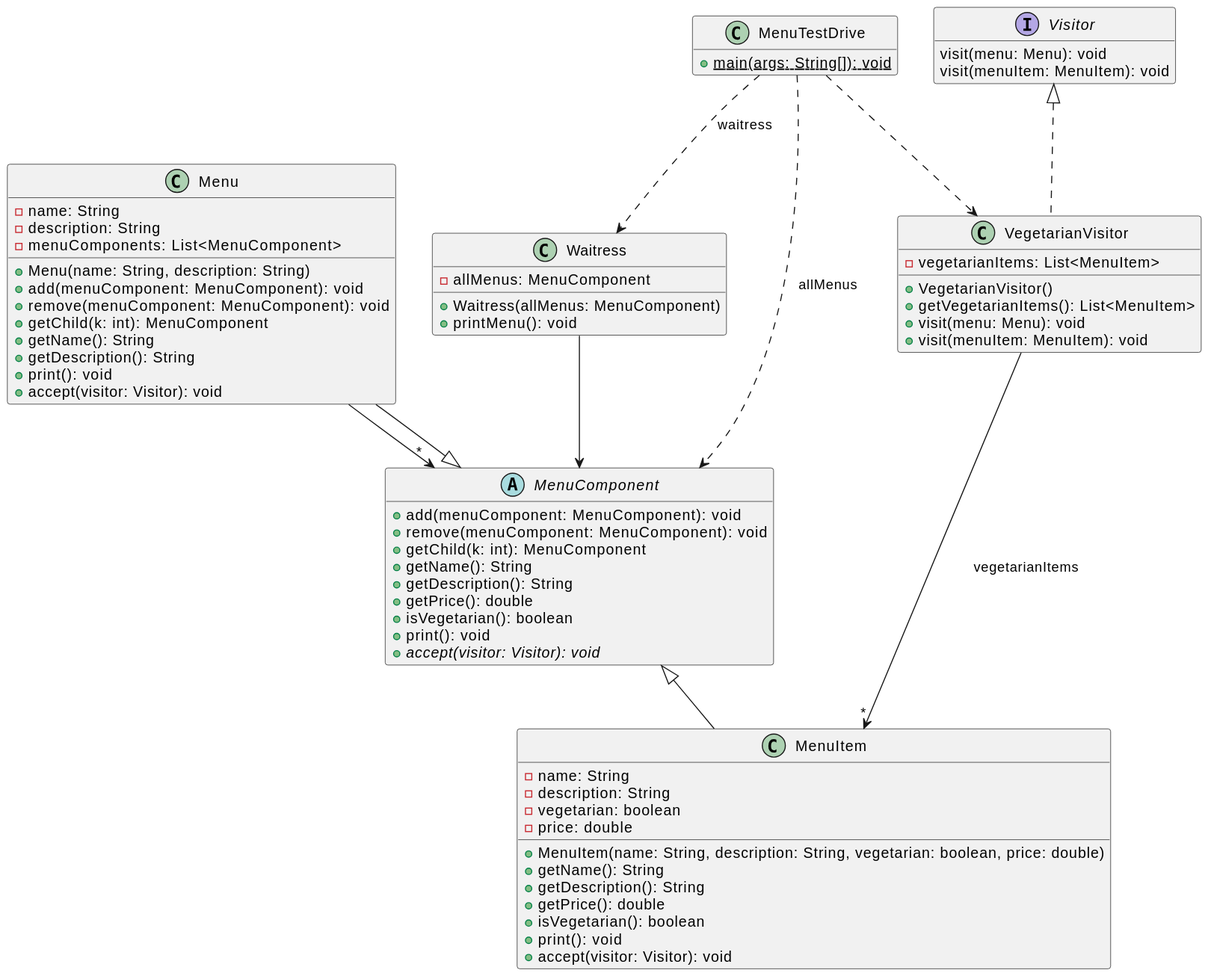
Before: out/CompositeWithVisitor/CompositeWithVisitor.svg, a diagram exported from PlantUML (rhit-csse374/BuffaloTemplateTest). Its diagram source:
```plantuml
@startuml
hide empty members

class Menu  {
	-name: String
	-description: String
	-menuComponents: List<MenuComponent>

	+Menu(name: String, description: String)
	+add(menuComponent: MenuComponent): void
	+remove(menuComponent: MenuComponent): void
	+getChild(k: int): MenuComponent
	+getName(): String
	+getDescription(): String
	+print(): void
	+accept(visitor: Visitor): void
}

class MenuItem  {
	-name: String
	-description: String
	-vegetarian: boolean
	-price: double
	+MenuItem(name: String, description: String, vegetarian: boolean, price: double)
	+getName(): String
	+getDescription(): String
	+getPrice(): double
	+isVegetarian(): boolean
	+print(): void
	+accept(visitor: Visitor): void
}

class Waitress  {
	-allMenus: MenuComponent

	+Waitress(allMenus: MenuComponent)
	+printMenu(): void
}

abstract class MenuComponent  {
	+add(menuComponent: MenuComponent): void
	+remove(menuComponent: MenuComponent): void
	+getChild(k: int): MenuComponent
	+getName(): String
	+getDescription(): String
	+getPrice(): double
	+isVegetarian(): boolean
	+print(): void
	+{abstract} accept(visitor: Visitor): void
}
class MenuTestDrive {
	+{static} main(args: String[]): void
}
class VegetarianVisitor {
	-vegetarianItems: List<MenuItem>

	+VegetarianVisitor()
	+getVegetarianItems(): List<MenuItem>
	+visit(menu: Menu): void
	+visit(menuItem: MenuItem): void
}

interface Visitor  {
	visit(menu: Menu): void
	visit(menuItem: MenuItem): void
}

Menu --> "*" MenuComponent
MenuComponent <|-- Menu
MenuComponent <|-- MenuItem
Waitress --> MenuComponent
VegetarianVisitor --> "*" MenuItem : vegetarianItems
Visitor <|.. VegetarianVisitor

MenuTestDrive ..> MenuComponent : allMenus
MenuTestDrive ..> Waitress : waitress
MenuTestDrive ..> VegetarianVisitor
@enduml
```
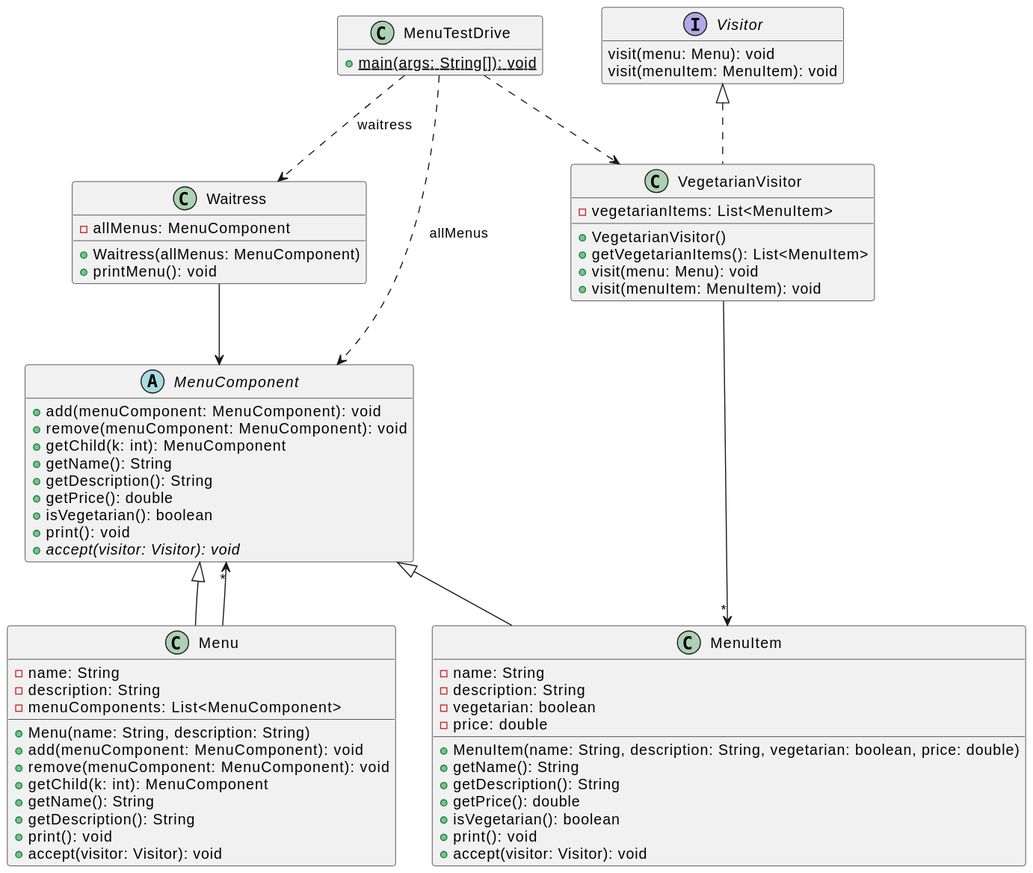
After the change.

Diff of the diagram source:
```diff
@@ -1,5 +1,9 @@
 @startuml
 hide empty members
+
+class MenuTestDrive {
+	+{static} main(args: String[]): void
+}
 
 class Menu  {
 	-name: String
@@ -48,9 +52,7 @@
 	+print(): void
 	+{abstract} accept(visitor: Visitor): void
 }
-class MenuTestDrive {
-	+{static} main(args: String[]): void
-}
+
 class VegetarianVisitor {
 	-vegetarianItems: List<MenuItem>
 
@@ -69,7 +71,7 @@
 MenuComponent <|-- Menu
 MenuComponent <|-- MenuItem
 Waitress --> MenuComponent
-VegetarianVisitor --> "*" MenuItem : vegetarianItems
+VegetarianVisitor --> "*" MenuItem
 Visitor <|.. VegetarianVisitor
 
 MenuTestDrive ..> MenuComponent : allMenus
```
